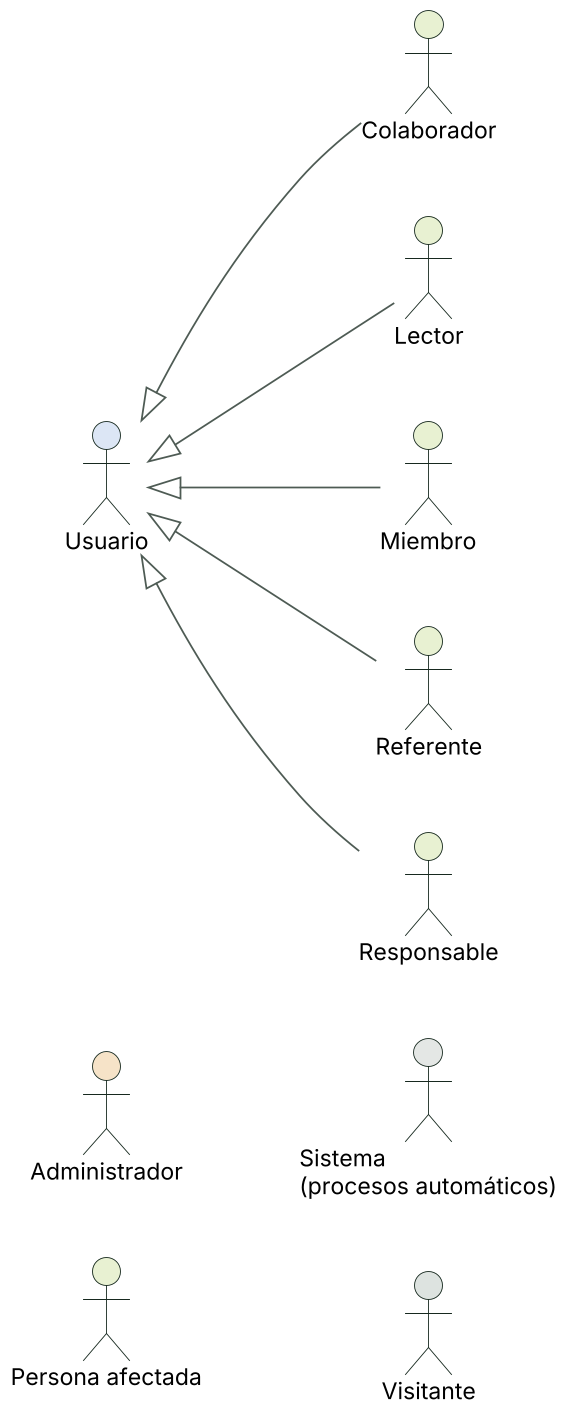
The PlantUML diagram docs/arquitectura/diagramas/09-casos-de-uso-actores.png in valentinasalmon/PFG-sistema-deteccion-IA, before a commit.
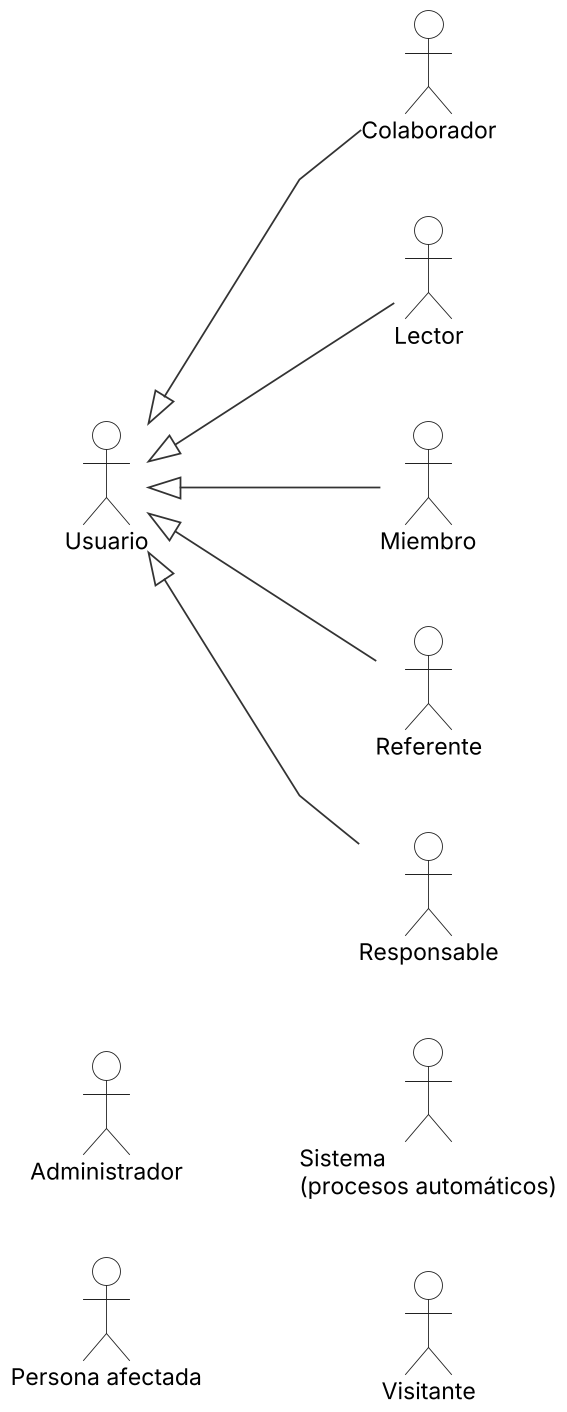
Above is the later version.

The edit, as a diff of the source:
```diff
@@ -6,19 +6,32 @@
 skinparam ArrowColor #4E5B54
 skinparam nodesep 40
 skinparam ranksep 55
+skinparam linetype polyline
+skinparam ArrowColor #333333
+skinparam actor {
+  BorderColor #222222
+  BackgroundColor #FFFFFF
+}
+skinparam usecase {
+  BorderColor #333333
+  BackgroundColor #FFFFFF
+}
+skinparam rectangle {
+  BorderColor #555555
+  FontStyle bold
+}
 left to right direction
-skinparam actorBorderColor #17291F
 
-actor "Administrador" as administrador #F6E3C8
-actor "Colaborador" as colaborador #E8F1D2
-actor "Lector" as lector #E8F1D2
-actor "Miembro" as miembro #E8F1D2
-actor "Persona afectada" as personaafectada #E8F1D2
-actor "Referente" as referente #E8F1D2
-actor "Responsable" as responsable #E8F1D2
-actor "Sistema\n(procesos automáticos)" as sistema #E4E7E5
-actor "Usuario" as usuario #DCE6F5
-actor "Visitante" as visitante #DDE3E0
+actor "Administrador" as administrador
+actor "Colaborador" as colaborador
+actor "Lector" as lector
+actor "Miembro" as miembro
+actor "Persona afectada" as personaafectada
+actor "Referente" as referente
+actor "Responsable" as responsable
+actor "Sistema\n(procesos automáticos)" as sistema
+actor "Usuario" as usuario
+actor "Visitante" as visitante
 usuario <|-- referente
 usuario <|-- miembro
 usuario <|-- responsable
```
